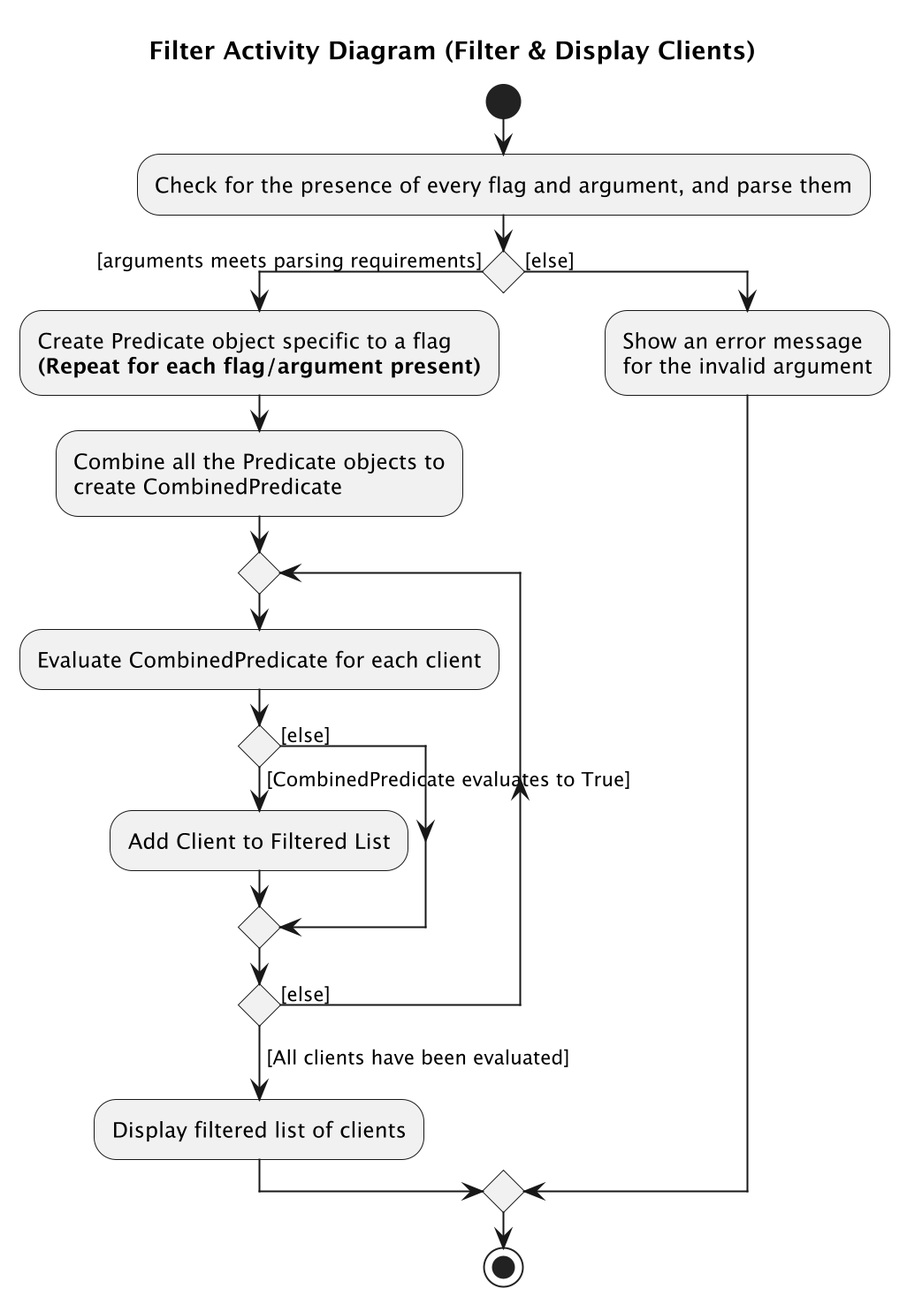
This is docs/images/FilterActivityDiagramFilterAndDisplay.png from nus-cs2103-AY2425S1/tp, a PlantUML export, as it was before one commit. Its source is kept beside it as docs/diagrams/FilterActivityDiagramFilterAndDisplay.puml.
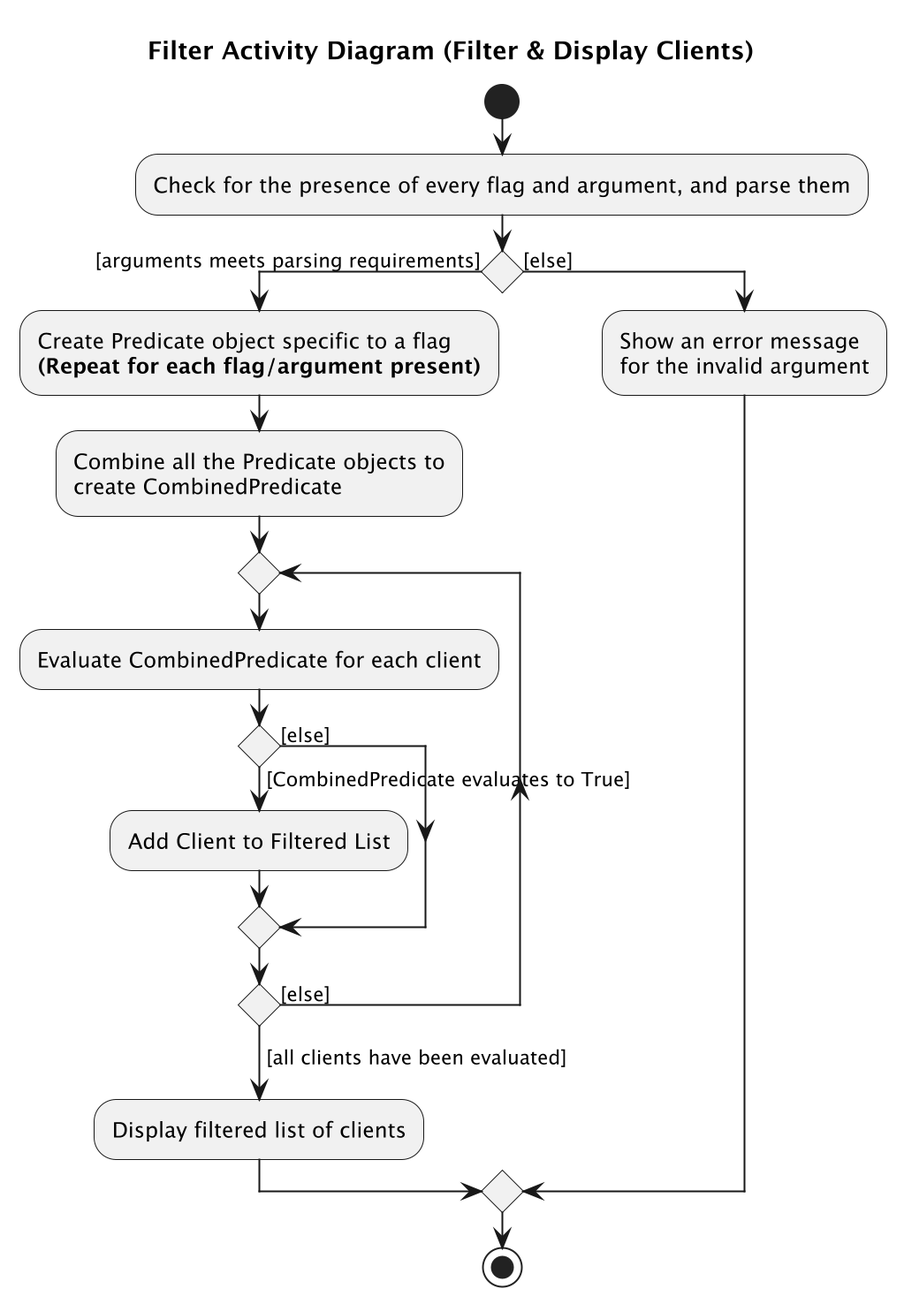
Above is the later version.

Commit message:
Fix Filter and Display Diagram again

The edit, as a diff of the source:
```diff
@@ -16,7 +16,7 @@
         else ([else])
         endif
     repeat while () is ([else])
-    -> [All clients have been evaluated];
+    -> [all clients have been evaluated];
 
     :Display filtered list of clients;
 else ([else])
```
